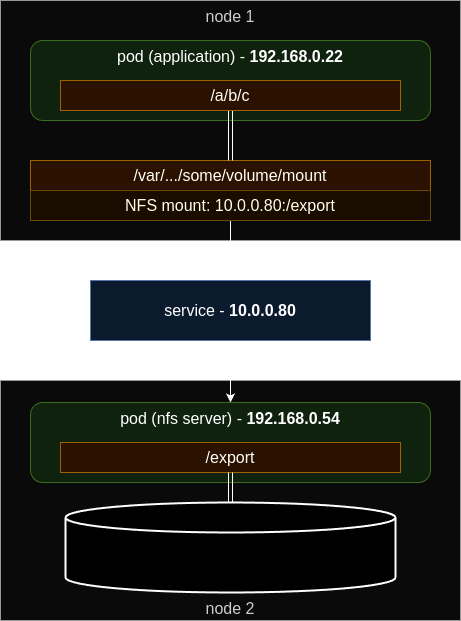
This is images/posts/sds.png from jrife/jrife.github.io, a draw.io export, as it was before one commit. Source tidied: cells renumbered, new cells last; positions are measured from the earlier drawing's top-left corner, leaving out a move shared by most shapes.
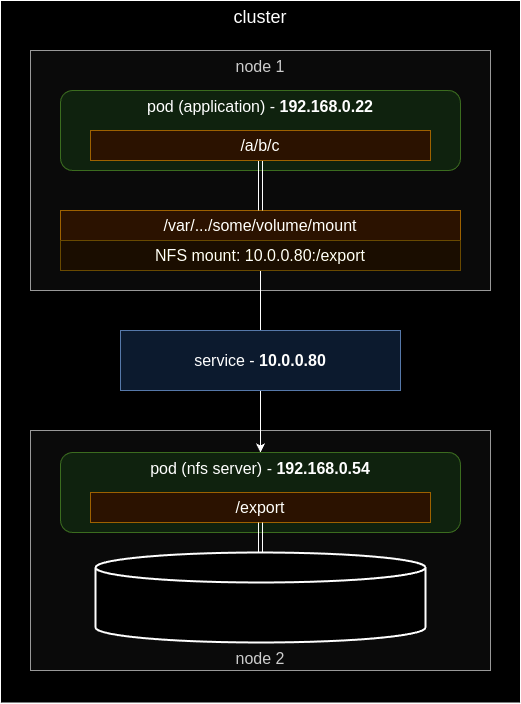
Above is the later version.

Commit message:
Add background to NFS diagram

Change to the diagram source:
```diff
@@ -2,6 +2,9 @@
   <root>
     <mxCell id="0" />
     <mxCell id="1" parent="0" />
+    <mxCell id="15" value="&lt;font style=&quot;font-size: 18px;&quot;&gt;cluster&lt;/font&gt;" style="rounded=0;whiteSpace=wrap;html=1;verticalAlign=top;" parent="1" vertex="1">
+      <mxGeometry x="-30" y="-50" width="520" height="702.5" as="geometry" />
+    </mxCell>
     <mxCell id="2" value="node 1" style="rounded=0;whiteSpace=wrap;html=1;fillColor=#f5f5f5;strokeColor=#666666;align=center;verticalAlign=top;fontColor=#333333;fontSize=16;" parent="1" vertex="1">
       <mxGeometry width="460" height="240" as="geometry" />
     </mxCell>
```
